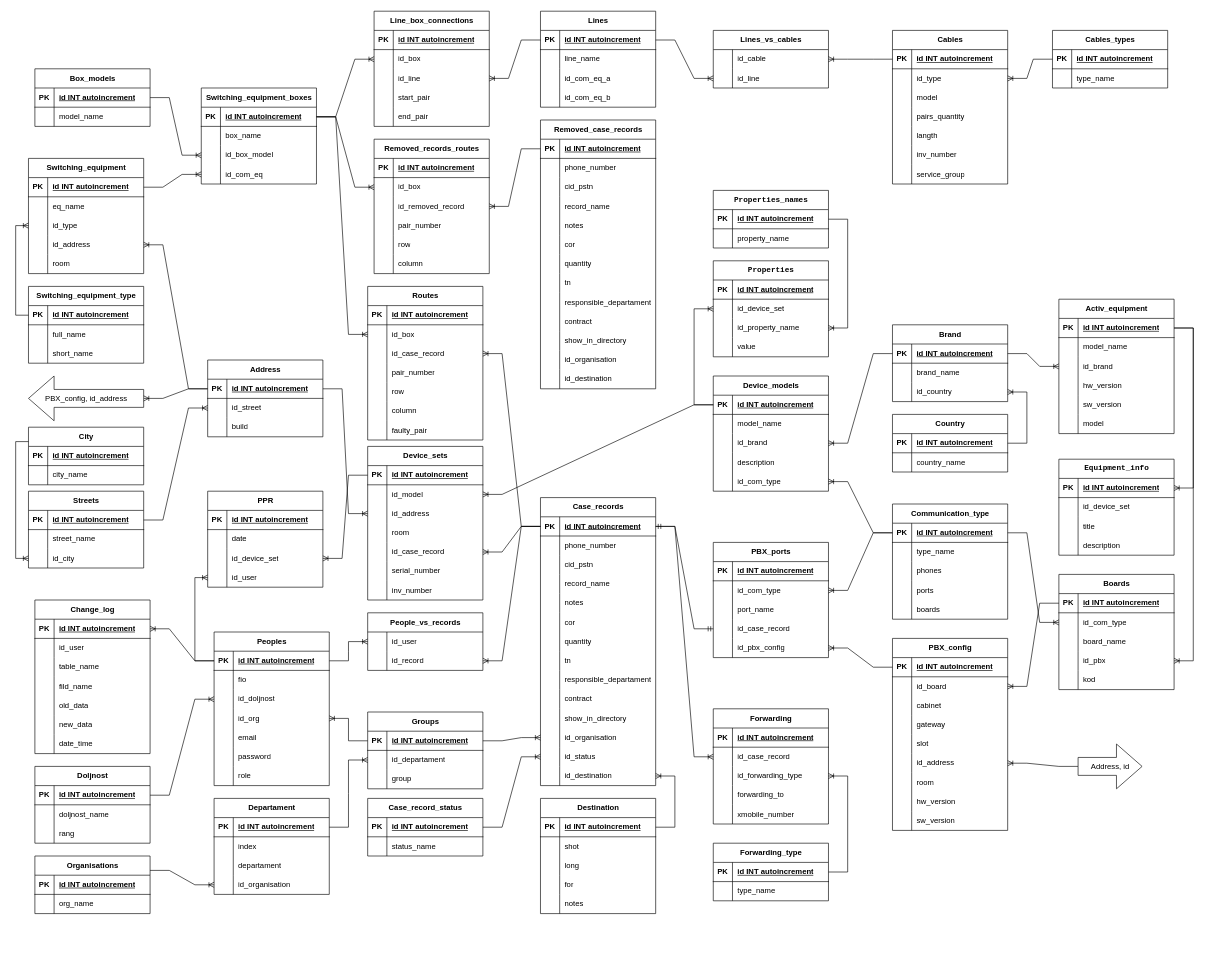
This is Project/БД для проекта.drawio from AndyHustler/HomeworkForJSFullStack, a draw.io file, before an edit. Source tidied: cells renumbered, new cells numbered last; positions are measured from the earlier drawing's top-left corner, leaving out a move shared by most shapes. Both pictures are drawn from the tidied source at 64%, with x=0, y=0 at pixel (15, 11).
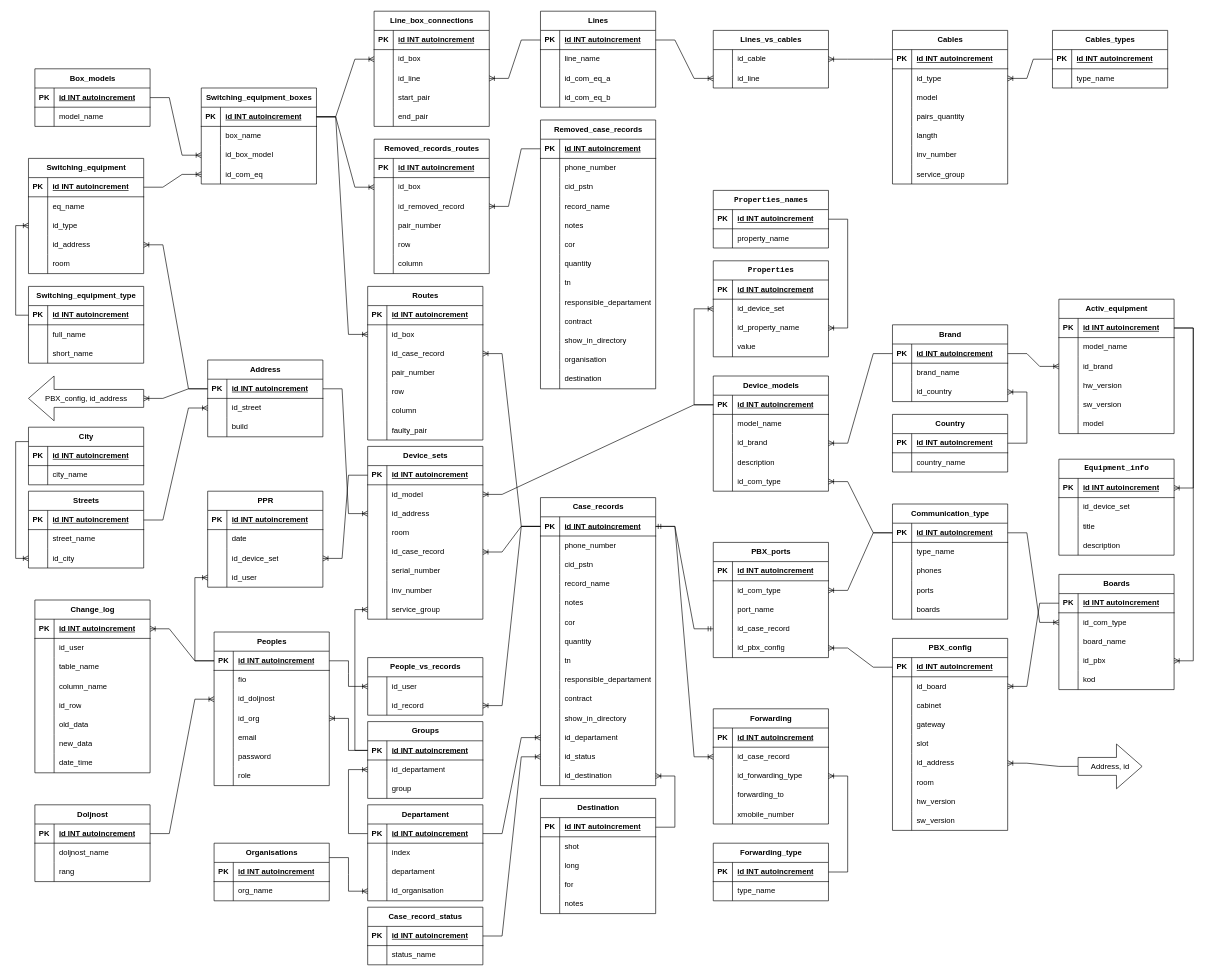
Above is the later version.

Unchanged cells that the change refers to:
```xml
<mxCell id="244" style="shape=tableRow;horizontal=0;startSize=0;swimlaneHead=0;swimlaneBody=0;fillColor=none;points=[[0,0.5],[1,0.5]];portConstraint=eastwest;top=0;left=0;right=0;bottom=0;" parent="210" vertex="1">
  <mxGeometry y="360" width="180" height="30" as="geometry" />
</mxCell>
<mxCell id="287" style="shape=tableRow;horizontal=0;startSize=0;swimlaneHead=0;swimlaneBody=0;fillColor=none;top=0;left=0;right=0;bottom=0;" parent="253" vertex="1">
  <mxGeometry y="360" width="180" height="30" as="geometry" />
</mxCell>
<mxCell id="290" style="shape=tableRow;horizontal=0;startSize=0;swimlaneHead=0;swimlaneBody=0;fillColor=none;top=0;left=0;right=0;bottom=0;" parent="253" vertex="1">
  <mxGeometry y="390" width="180" height="30" as="geometry" />
</mxCell>
<mxCell id="313" style="shape=tableRow;horizontal=0;startSize=0;swimlaneHead=0;swimlaneBody=0;fillColor=none;points=[[0,0.5],[1,0.5]];portConstraint=eastwest;top=0;left=0;right=0;bottom=1;" parent="312" vertex="1">
  <mxGeometry y="30" width="180" height="30" as="geometry" />
</mxCell>
<mxCell id="316" style="shape=tableRow;horizontal=0;startSize=0;swimlaneHead=0;swimlaneBody=0;fillColor=none;points=[[0,0.5],[1,0.5]];portConstraint=eastwest;top=0;left=0;right=0;bottom=0;" parent="312" vertex="1">
  <mxGeometry y="60" width="180" height="30" as="geometry" />
</mxCell>
<mxCell id="323" style="shape=tableRow;horizontal=0;startSize=0;swimlaneHead=0;swimlaneBody=0;fillColor=none;points=[[0,0.5],[1,0.5]];portConstraint=eastwest;top=0;left=0;right=0;bottom=1;" parent="322" vertex="1">
  <mxGeometry y="30" width="180" height="30" as="geometry" />
</mxCell>
```

What changed in the source:
```diff
@@
     <mxCell id="125" value="Device_sets" style="shape=table;startSize=30;childLayout=tableLayout;rowLines=0;fontStyle=1;align=center;html=1;" parent="1" vertex="1">
-      <mxGeometry x="550" y="680" width="180" height="240" as="geometry" />
+      <mxGeometry x="550" y="680" width="180" height="270" as="geometry" />
     </mxCell>
@@
+    <mxCell id="648" style="shape=tableRow;horizontal=0;startSize=0;swimlaneHead=0;swimlaneBody=0;fillColor=none;points=[[0,0.5],[1,0.5]];portConstraint=eastwest;top=0;left=0;right=0;bottom=0;" parent="125" vertex="1">
+      <mxGeometry y="240" width="180" height="30" as="geometry" />
+    </mxCell>
+    <mxCell id="649" style="shape=partialRectangle;fillColor=none;top=0;left=0;bottom=0;right=0;overflow=hidden;whiteSpace=wrap;html=1;" parent="648" vertex="1">
+      <mxGeometry width="30" height="30" as="geometry" />
+    </mxCell>
+    <mxCell id="650" value="service_group" style="shape=partialRectangle;fillColor=none;top=0;left=0;bottom=0;right=0;align=left;spacingLeft=6;overflow=hidden;whiteSpace=wrap;html=1;" parent="648" vertex="1">
+      <mxGeometry x="30" width="150" height="30" as="geometry" />
+    </mxCell>
@@
-    <mxCell id="246" value="id_organisation" style="shape=partialRectangle;fillColor=none;top=0;left=0;bottom=0;right=0;align=left;spacingLeft=6;overflow=hidden;whiteSpace=wrap;html=1;" parent="244" vertex="1">
+    <mxCell id="246" value="id_departament" style="shape=partialRectangle;fillColor=none;top=0;left=0;bottom=0;right=0;align=left;spacingLeft=6;overflow=hidden;whiteSpace=wrap;html=1;" parent="244" vertex="1">
       <mxGeometry x="30" width="150" height="30" as="geometry" />
     </mxCell>
@@
-    <mxCell id="289" value="id_organisation" style="shape=partialRectangle;fillColor=none;top=0;left=0;bottom=0;right=0;align=left;spacingLeft=6;overflow=hidden;whiteSpace=wrap;html=1;" parent="287" vertex="1">
+    <mxCell id="289" value="organisation" style="shape=partialRectangle;fillColor=none;top=0;left=0;bottom=0;right=0;align=left;spacingLeft=6;overflow=hidden;whiteSpace=wrap;html=1;" parent="287" vertex="1">
       <mxGeometry x="30" width="150" height="30" as="geometry" />
     </mxCell>
@@
-    <mxCell id="292" value="id_destination" style="shape=partialRectangle;fillColor=none;top=0;left=0;bottom=0;right=0;align=left;spacingLeft=6;overflow=hidden;whiteSpace=wrap;html=1;" parent="290" vertex="1">
+    <mxCell id="292" value="destination" style="shape=partialRectangle;fillColor=none;top=0;left=0;bottom=0;right=0;align=left;spacingLeft=6;overflow=hidden;whiteSpace=wrap;html=1;" parent="290" vertex="1">
       <mxGeometry x="30" width="150" height="30" as="geometry" />
     </mxCell>
@@
     <mxCell id="297" value="Case_record_status" style="shape=table;startSize=30;childLayout=tableLayout;rowLines=0;fontStyle=1;align=center;html=1;" parent="1" vertex="1">
-      <mxGeometry x="550" y="1230" width="180" height="90" as="geometry" />
+      <mxGeometry x="550" y="1400" width="180" height="90" as="geometry" />
     </mxCell>
@@
     <mxCell id="304" value="People_vs_records" style="shape=table;startSize=30;childLayout=tableLayout;rowLines=0;fontStyle=1;align=center;html=1;" parent="1" vertex="1">
-      <mxGeometry x="550" y="940" width="180" height="90" as="geometry" />
+      <mxGeometry x="550" y="1010" width="180" height="90" as="geometry" />
     </mxCell>
@@
     <mxCell id="312" value="Groups" style="shape=table;startSize=30;childLayout=tableLayout;rowLines=0;fontStyle=1;align=center;html=1;" parent="1" vertex="1">
-      <mxGeometry x="550" y="1095" width="180" height="120" as="geometry" />
+      <mxGeometry x="550" y="1110" width="180" height="120" as="geometry" />
     </mxCell>
@@
     <mxCell id="322" value="Departament" style="shape=table;startSize=30;childLayout=tableLayout;rowLines=0;fontStyle=1;align=center;html=1;" parent="1" vertex="1">
-      <mxGeometry x="310" y="1230" width="180" height="150" as="geometry" />
+      <mxGeometry x="550" y="1240" width="180" height="150" as="geometry" />
     </mxCell>
@@
-    <mxCell id="335" style="edgeStyle=entityRelationEdgeStyle;fontSize=12;html=1;endArrow=ERoneToMany;rounded=0;exitX=1;exitY=0.5;exitDx=0;exitDy=0;entryX=0;entryY=0.5;entryDx=0;entryDy=0;" parent="1" edge="1" source="323" target="316">
+    <mxCell id="335" style="edgeStyle=entityRelationEdgeStyle;fontSize=12;html=1;endArrow=ERoneToMany;rounded=0;exitX=1;exitY=0.5;exitDx=0;exitDy=0;entryX=0;entryY=0.5;entryDx=0;entryDy=0;" parent="1" edge="1" source="323" target="244">
       <mxGeometry relative="1" as="geometry" />
     </mxCell>
@@
-    <mxCell id="360" style="edgeStyle=entityRelationEdgeStyle;fontSize=12;html=1;endArrow=ERoneToMany;rounded=0;exitX=1;exitY=0.5;exitDx=0;exitDy=0;entryX=0;entryY=0.5;entryDx=0;entryDy=0;" parent="1" edge="1" source="313" target="244">
-      <mxGeometry relative="1" as="geometry" />
-    </mxCell>
@@
     <mxCell id="577" value="Doljnost" style="shape=table;startSize=30;childLayout=tableLayout;rowLines=0;fontStyle=1;align=center;html=1;" parent="1" vertex="1">
-      <mxGeometry x="30" y="1180" width="180" height="120" as="geometry" />
+      <mxGeometry x="30" y="1240" width="180" height="120" as="geometry" />
     </mxCell>
@@
     <mxCell id="602" value="Change_log" style="shape=table;startSize=30;childLayout=tableLayout;rowLines=0;fontStyle=1;align=center;html=1;" parent="1" vertex="1">
-      <mxGeometry x="30" y="920" width="180" height="240" as="geometry" />
+      <mxGeometry x="30" y="920" width="180" height="270" as="geometry" />
     </mxCell>
@@
+    <mxCell id="651" style="shape=tableRow;horizontal=0;startSize=0;swimlaneHead=0;swimlaneBody=0;fillColor=none;top=0;left=0;right=0;bottom=0;" parent="602" vertex="1">
+      <mxGeometry y="120" width="180" height="30" as="geometry" />
+    </mxCell>
+    <mxCell id="652" style="shape=partialRectangle;fillColor=none;top=0;left=0;bottom=0;right=0;overflow=hidden;whiteSpace=wrap;html=1;" parent="651" vertex="1">
+      <mxGeometry width="30" height="30" as="geometry" />
+    </mxCell>
+    <mxCell id="653" value="column_name" style="shape=partialRectangle;fillColor=none;top=0;left=0;bottom=0;right=0;align=left;spacingLeft=6;overflow=hidden;whiteSpace=wrap;html=1;" parent="651" vertex="1">
+      <mxGeometry x="30" width="150" height="30" as="geometry" />
+    </mxCell>
     <mxCell id="612" style="shape=tableRow;horizontal=0;startSize=0;swimlaneHead=0;swimlaneBody=0;fillColor=none;top=0;left=0;right=0;bottom=0;" parent="602" vertex="1">
-      <mxGeometry y="120" width="180" height="30" as="geometry" />
+      <mxGeometry y="150" width="180" height="30" as="geometry" />
     </mxCell>
@@
-    <mxCell id="614" value="fild_name" style="shape=partialRectangle;fillColor=none;top=0;left=0;bottom=0;right=0;align=left;spacingLeft=6;overflow=hidden;whiteSpace=wrap;html=1;" parent="612" vertex="1">
+    <mxCell id="614" value="id_row" style="shape=partialRectangle;fillColor=none;top=0;left=0;bottom=0;right=0;align=left;spacingLeft=6;overflow=hidden;whiteSpace=wrap;html=1;" parent="612" vertex="1">
       <mxGeometry x="30" width="150" height="30" as="geometry" />
     </mxCell>
     <mxCell id="615" style="shape=tableRow;horizontal=0;startSize=0;swimlaneHead=0;swimlaneBody=0;fillColor=none;top=0;left=0;right=0;bottom=0;" parent="602" vertex="1">
-      <mxGeometry y="150" width="180" height="30" as="geometry" />
+      <mxGeometry y="180" width="180" height="30" as="geometry" />
     </mxCell>
@@
     <mxCell id="618" style="shape=tableRow;horizontal=0;startSize=0;swimlaneHead=0;swimlaneBody=0;fillColor=none;top=0;left=0;right=0;bottom=0;" parent="602" vertex="1">
-      <mxGeometry y="180" width="180" height="30" as="geometry" />
+      <mxGeometry y="210" width="180" height="30" as="geometry" />
     </mxCell>
@@
     <mxCell id="621" style="shape=tableRow;horizontal=0;startSize=0;swimlaneHead=0;swimlaneBody=0;fillColor=none;top=0;left=0;right=0;bottom=0;" parent="602" vertex="1">
-      <mxGeometry y="210" width="180" height="30" as="geometry" />
+      <mxGeometry y="240" width="180" height="30" as="geometry" />
     </mxCell>
@@
     <mxCell id="640" value="Organisations" style="shape=table;startSize=30;childLayout=tableLayout;rowLines=0;fontStyle=1;align=center;html=1;" parent="1" vertex="1">
-      <mxGeometry x="30" y="1320" width="180" height="90" as="geometry" />
+      <mxGeometry x="310" y="1300" width="180" height="90" as="geometry" />
     </mxCell>
@@
+    <mxCell id="654" style="edgeStyle=elbowEdgeStyle;fontSize=12;html=1;endArrow=ERoneToMany;rounded=0;exitX=0;exitY=0.5;exitDx=0;exitDy=0;entryX=0;entryY=0.5;entryDx=0;entryDy=0;" parent="1" edge="1" source="323" target="316">
+      <mxGeometry relative="1" as="geometry">
+        <Array as="points">
+          <mxPoint x="520" y="1180" />
+        </Array>
+      </mxGeometry>
+    </mxCell>
+    <mxCell id="655" style="edgeStyle=elbowEdgeStyle;fontSize=12;html=1;endArrow=ERoneToMany;rounded=0;exitX=0;exitY=0.5;exitDx=0;exitDy=0;entryX=0;entryY=0.5;entryDx=0;entryDy=0;" parent="1" edge="1" source="313" target="648">
+      <mxGeometry relative="1" as="geometry">
+        <Array as="points">
+          <mxPoint x="530" y="1040" />
+        </Array>
+      </mxGeometry>
+    </mxCell>
```
